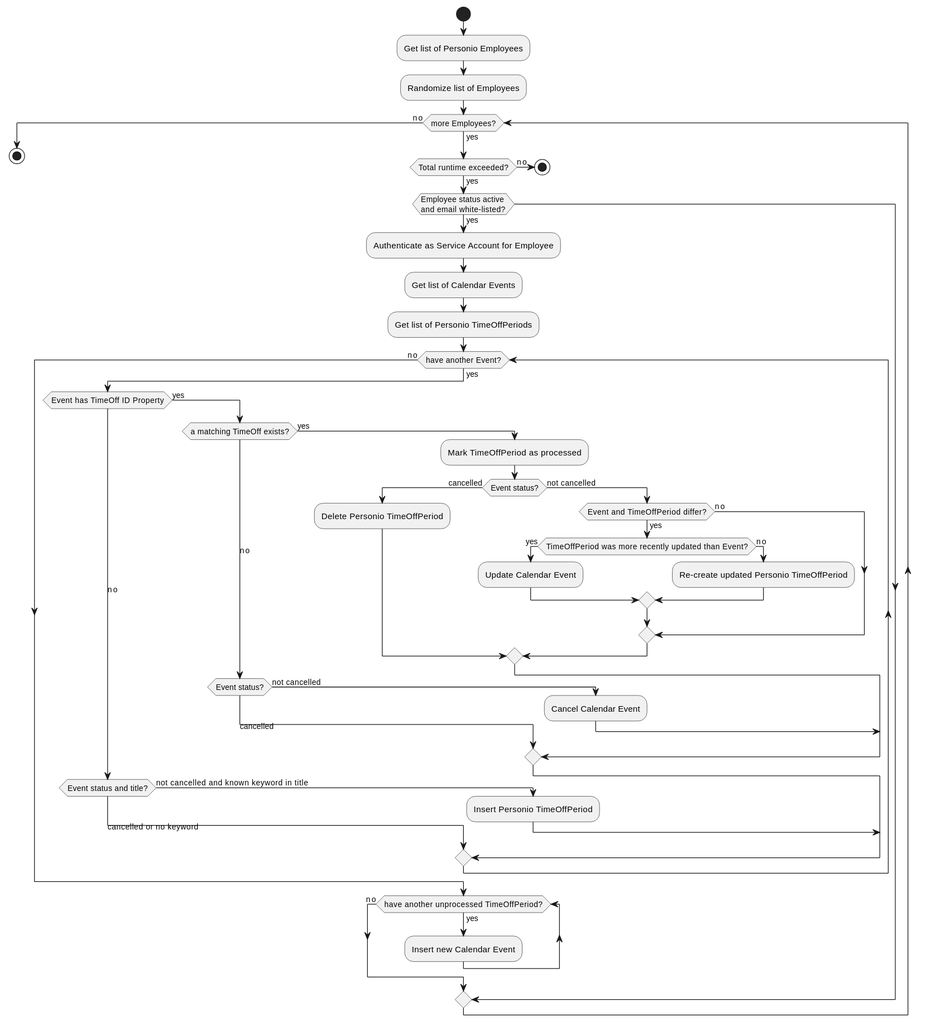
This is sync-timeoffs/sync-timeoffs.svg from giantswarm/gapps-automation, a PlantUML export, as it was before one commit. The source it was exported from:
```plantuml
@startuml
!pragma useVerticalIf on
start
:Get list of Personio Employees;
:Randomize list of Employees;

while (more Employees?) is (yes)

    if (Total runtime exceeded?) then (yes)

        if (Employee status active \nand email white-listed?) then (yes)

            :Authenticate as Service Account for Employee;
            :Get list of Calendar Events;
            :Get list of Personio TimeOffPeriods;

            while (have another Event?) is (yes)

                if (Event has TimeOff ID Property) then (yes)

                    if (a matching TimeOff exists?) then (yes)
                        :Mark TimeOffPeriod as processed;

                        if (Event status?) then (cancelled)
                            :Delete Personio TimeOffPeriod;

                        else (not cancelled)

                            if (Event and TimeOffPeriod differ?) then (yes)

                                if (TimeOffPeriod was more recently updated than Event?) then (yes)
                                    :Update Calendar Event;
                                else (no)
                                    :Re-create updated Personio TimeOffPeriod;
                                endif

                            else (no)

                            endif

                        endif

                    (no) elseif (Event status?) then (not cancelled)
                        :Cancel Calendar Event;
                    else (cancelled)
                    endif

                (no) elseif (Event status and title?) then (not cancelled and known keyword in title)
                    :Insert Personio TimeOffPeriod;
                else (cancelled or no keyword)
                endif

            endwhile (no)

            while (have another unprocessed TimeOffPeriod?) is (yes)
                :Insert new Calendar Event;
            endwhile (no)
        endif

    else (no)
        stop
    endif

endwhile (no)

stop
@enduml
```
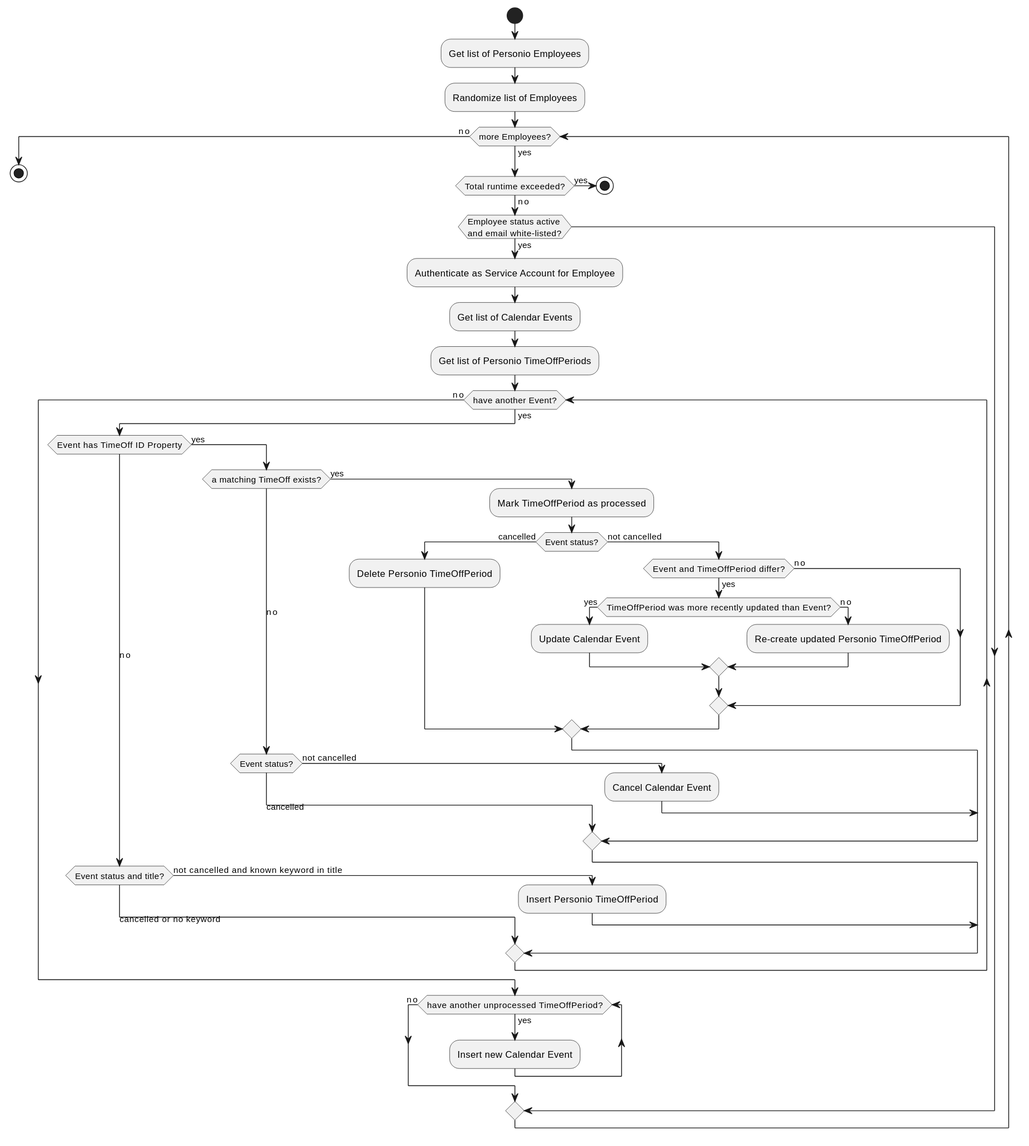
The same file after the commit.

Commit message:
sync-timeoffs: update diagram svg

What changed in the source:
```diff
@@ -6,7 +6,7 @@
 
 while (more Employees?) is (yes)
 
-    if (Total runtime exceeded?) then (yes)
+    if (Total runtime exceeded?) then (no)
 
         if (Employee status active \nand email white-listed?) then (yes)
 
@@ -57,7 +57,7 @@
             endwhile (no)
         endif
 
-    else (no)
+    else (yes)
         stop
     endif
 
```
